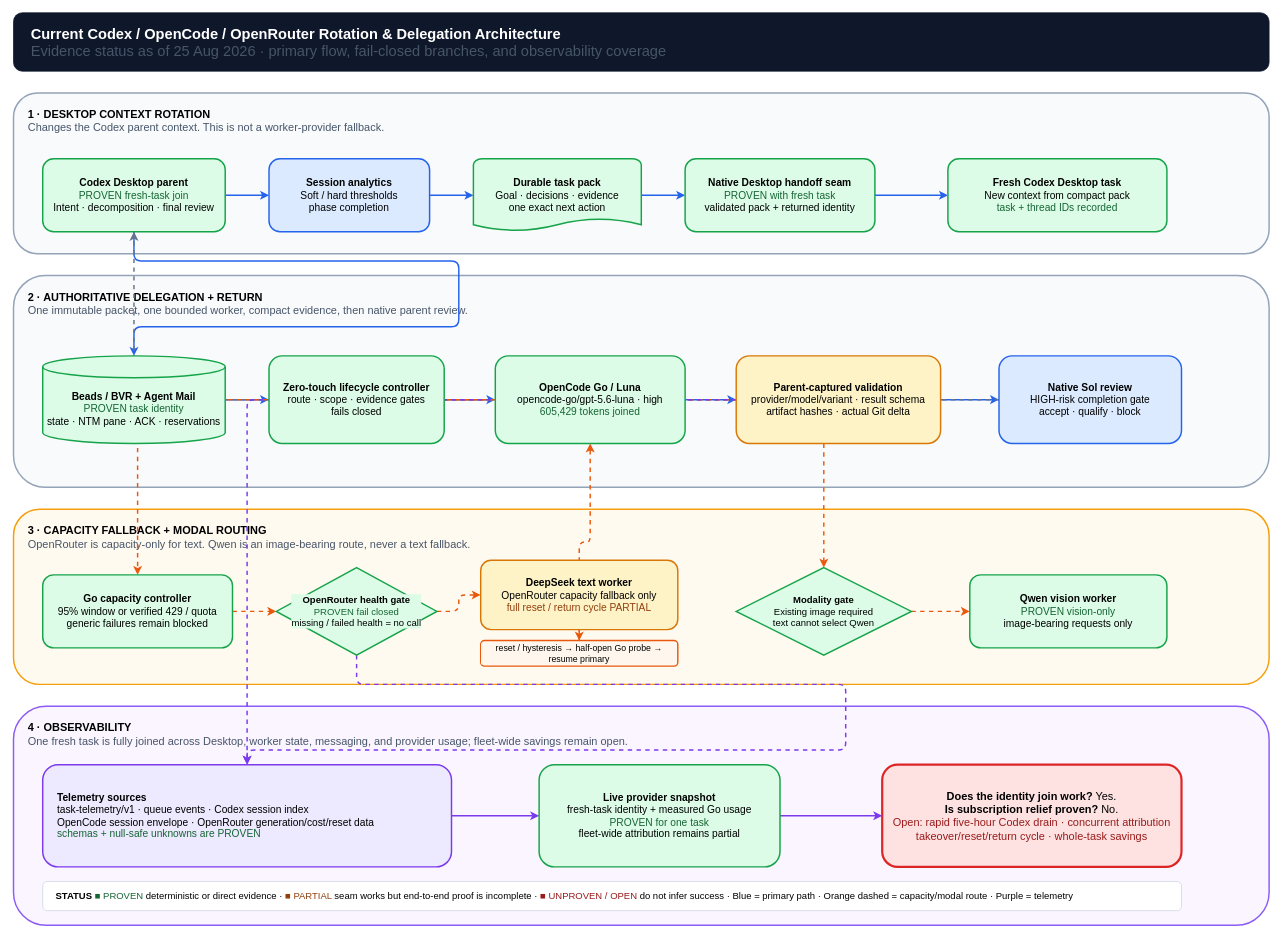
This is public/downloads/codex-rotation-architecture.drawio from Rajeev-SG/rajeevg.com, a draw.io file, before an edit. Source tidied: cells renumbered, new cells numbered last; positions are measured from the earlier drawing's top-left corner, leaving out a move shared by most shapes. Both pictures are drawn from the tidied source at 73%, with x=0, y=0 at pixel (13, 12).
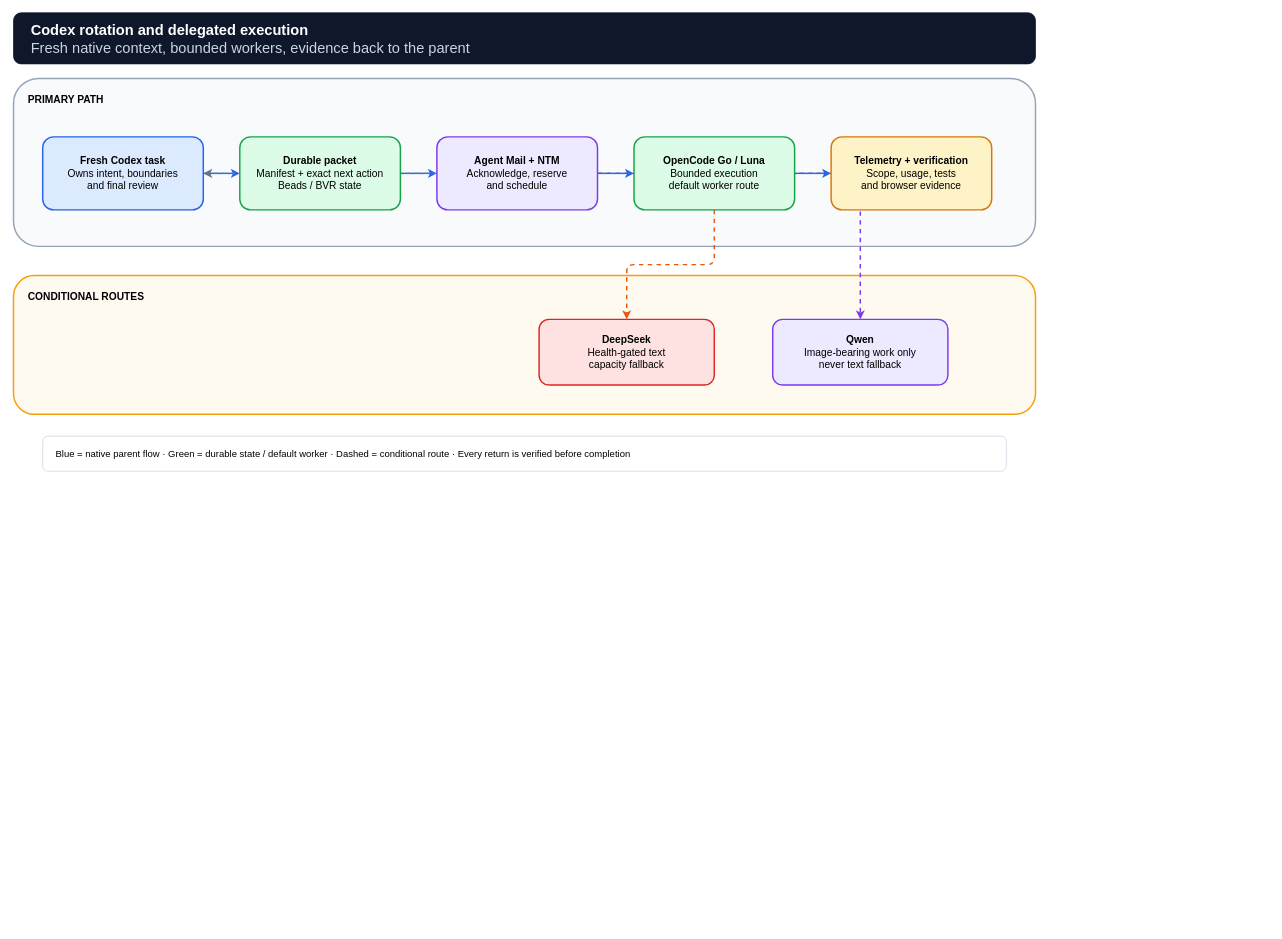
The same page after the edit.

Commit message (it also covers changes not shown here):
restore lifecycle article and diagrams

Change to the diagram source:
```diff
@@
-    <mxCell id="2" value="&lt;b&gt;1 · DESKTOP CONTEXT ROTATION&lt;/b&gt;&lt;br&gt;&lt;font color=&quot;#475569&quot;&gt;Changes the Codex parent context. This is not a worker-provider fallback.&lt;/font&gt;" style="rounded=1;whiteSpace=wrap;html=1;align=left;verticalAlign=top;spacingTop=14;spacingLeft=18;fillColor=#f8fafc;strokeColor=#94a3b8;strokeWidth=2;fontSize=15;labelBackgroundColor=#f8fafc;" parent="1" vertex="1">
-      <mxGeometry y="110" width="1720" height="220" as="geometry" />
-    </mxCell>
-    <mxCell id="3" value="&lt;b&gt;2 · AUTHORITATIVE DELEGATION + RETURN&lt;/b&gt;&lt;br&gt;&lt;font color=&quot;#475569&quot;&gt;One immutable packet, one bounded worker, compact evidence, then native parent review.&lt;/font&gt;" style="rounded=1;whiteSpace=wrap;html=1;align=left;verticalAlign=top;spacingTop=14;spacingLeft=18;fillColor=#f8fafc;strokeColor=#94a3b8;strokeWidth=2;fontSize=15;labelBackgroundColor=#f8fafc;" parent="1" vertex="1">
-      <mxGeometry y="360" width="1720" height="290" as="geometry" />
-    </mxCell>
-    <mxCell id="4" value="&lt;b&gt;3 · CAPACITY FALLBACK + MODAL ROUTING&lt;/b&gt;&lt;br&gt;&lt;font color=&quot;#475569&quot;&gt;OpenRouter is capacity-only for text. Qwen is an image-bearing route, never a text fallback.&lt;/font&gt;" style="rounded=1;whiteSpace=wrap;html=1;align=left;verticalAlign=top;spacingTop=14;spacingLeft=18;fillColor=#fffaf0;strokeColor=#f59e0b;strokeWidth=2;fontSize=15;labelBackgroundColor=#fffaf0;" parent="1" vertex="1">
-      <mxGeometry y="680" width="1720" height="240" as="geometry" />
-    </mxCell>
-    <mxCell id="5" value="&lt;b&gt;4 · OBSERVABILITY&lt;/b&gt;&lt;br&gt;&lt;font color=&quot;#475569&quot;&gt;One fresh task is fully joined across Desktop, worker state, messaging, and provider usage; fleet-wide savings remain open.&lt;/font&gt;" style="rounded=1;whiteSpace=wrap;html=1;align=left;verticalAlign=top;spacingTop=14;spacingLeft=18;fillColor=#faf5ff;strokeColor=#8b5cf6;strokeWidth=2;fontSize=15;labelBackgroundColor=#faf5ff;" parent="1" vertex="1">
-      <mxGeometry y="950" width="1720" height="300" as="geometry" />
-    </mxCell>
+    <mxCell id="48" value="&lt;b&gt;PRIMARY PATH&lt;/b&gt;" style="rounded=1;whiteSpace=wrap;html=1;align=left;verticalAlign=top;spacingTop=14;spacingLeft=18;fillColor=#f8fafc;strokeColor=#94a3b8;strokeWidth=2;fontSize=14;labelBackgroundColor=#f8fafc;" parent="1" vertex="1">
+      <mxGeometry y="90" width="1400" height="230" as="geometry" />
+    </mxCell>
+    <mxCell id="49" value="&lt;b&gt;CONDITIONAL ROUTES&lt;/b&gt;" style="rounded=1;whiteSpace=wrap;html=1;align=left;verticalAlign=top;spacingTop=14;spacingLeft=18;fillColor=#fffaf0;strokeColor=#f59e0b;strokeWidth=2;fontSize=14;labelBackgroundColor=#fffaf0;" parent="1" vertex="1">
+      <mxGeometry y="360" width="1400" height="190" as="geometry" />
+    </mxCell>
-    <mxCell id="6" style="edgeStyle=orthogonalEdgeStyle;rounded=1;html=1;strokeColor=#2563eb;strokeWidth=2;endArrow=classic;endFill=1;" parent="1" edge="1" source="28" target="29">
+    <mxCell id="6" style="edgeStyle=orthogonalEdgeStyle;rounded=1;html=1;strokeColor=#2563eb;strokeWidth=2;endArrow=classic;endFill=1;" parent="1" edge="1" source="50" target="51">
       <mxGeometry relative="1" as="geometry" />
     </mxCell>
-    <mxCell id="7" style="edgeStyle=orthogonalEdgeStyle;rounded=1;html=1;strokeColor=#2563eb;strokeWidth=2;endArrow=classic;endFill=1;" parent="1" edge="1" source="29" target="30">
+    <mxCell id="7" style="edgeStyle=orthogonalEdgeStyle;rounded=1;html=1;strokeColor=#2563eb;strokeWidth=2;endArrow=classic;endFill=1;" parent="1" edge="1" source="51" target="52">
       <mxGeometry relative="1" as="geometry" />
     </mxCell>
-    <mxCell id="8" style="edgeStyle=orthogonalEdgeStyle;rounded=1;html=1;strokeColor=#2563eb;strokeWidth=2;endArrow=classic;endFill=1;" parent="1" edge="1" source="30" target="31">
+    <mxCell id="8" style="edgeStyle=orthogonalEdgeStyle;rounded=1;html=1;strokeColor=#2563eb;strokeWidth=2;endArrow=classic;endFill=1;" parent="1" edge="1" source="52" target="53">
       <mxGeometry relative="1" as="geometry" />
     </mxCell>
-    <mxCell id="9" style="edgeStyle=orthogonalEdgeStyle;rounded=1;html=1;strokeColor=#2563eb;strokeWidth=2;endArrow=classic;endFill=1;" parent="1" edge="1" source="31" target="32">
+    <mxCell id="9" style="edgeStyle=orthogonalEdgeStyle;rounded=1;html=1;strokeColor=#2563eb;strokeWidth=2;endArrow=classic;endFill=1;" parent="1" edge="1" source="53" target="54">
       <mxGeometry relative="1" as="geometry" />
     </mxCell>
-    <mxCell id="10" style="edgeStyle=orthogonalEdgeStyle;rounded=1;html=1;strokeColor=#2563eb;strokeWidth=2;endArrow=classic;endFill=1;" parent="1" edge="1" source="28" target="33">
-      <mxGeometry relative="1" as="geometry">
-        <Array as="points">
-          <mxPoint x="610" y="340" />
-          <mxPoint x="610" y="430" />
-          <mxPoint x="165" y="430" />
-        </Array>
-      </mxGeometry>
+    <mxCell id="10" style="edgeStyle=orthogonalEdgeStyle;rounded=1;html=1;strokeColor=#64748b;strokeWidth=2;dashed=1;endArrow=classic;endFill=1;" parent="1" edge="1" source="54" target="50">
+      <mxGeometry relative="1" as="geometry" />
     </mxCell>
-    <mxCell id="11" style="edgeStyle=orthogonalEdgeStyle;rounded=1;html=1;strokeColor=#2563eb;strokeWidth=2;endArrow=classic;endFill=1;" parent="1" edge="1" source="33" target="34">
+    <mxCell id="11" style="edgeStyle=orthogonalEdgeStyle;rounded=1;html=1;strokeColor=#ea580c;strokeWidth=2;dashed=1;endArrow=classic;endFill=1;" parent="1" edge="1" source="53" target="40">
       <mxGeometry relative="1" as="geometry" />
     </mxCell>
-    <mxCell id="12" style="edgeStyle=orthogonalEdgeStyle;rounded=1;html=1;strokeColor=#2563eb;strokeWidth=2;endArrow=classic;endFill=1;" parent="1" edge="1" source="34" target="35">
+    <mxCell id="12" style="edgeStyle=orthogonalEdgeStyle;rounded=1;html=1;strokeColor=#7c3aed;strokeWidth=2;dashed=1;endArrow=classic;endFill=1;" parent="1" edge="1" source="52" target="43">
       <mxGeometry relative="1" as="geometry" />
     </mxCell>
-    <mxCell id="13" style="edgeStyle=orthogonalEdgeStyle;rounded=1;html=1;strokeColor=#2563eb;strokeWidth=2;endArrow=classic;endFill=1;" parent="1" edge="1" source="35" target="36">
-      <mxGeometry relative="1" as="geometry" />
-    </mxCell>
-    <mxCell id="14" style="edgeStyle=orthogonalEdgeStyle;rounded=1;html=1;strokeColor=#2563eb;strokeWidth=2;endArrow=classic;endFill=1;" parent="1" edge="1" source="36" target="37">
-      <mxGeometry relative="1" as="geometry" />
-    </mxCell>
-    <mxCell id="15" style="edgeStyle=orthogonalEdgeStyle;rounded=1;html=1;strokeColor=#64748b;strokeWidth=2;dashed=1;endArrow=classic;endFill=1;" parent="1" edge="1" source="37" target="28">
-      <mxGeometry relative="1" as="geometry" />
-    </mxCell>
-    <mxCell id="16" style="edgeStyle=orthogonalEdgeStyle;rounded=1;html=1;strokeColor=#ea580c;strokeWidth=2;dashed=1;endArrow=classic;endFill=1;" parent="1" edge="1" source="35" target="38">
-      <mxGeometry relative="1" as="geometry" />
-    </mxCell>
-    <mxCell id="17" style="edgeStyle=orthogonalEdgeStyle;rounded=1;html=1;strokeColor=#ea580c;strokeWidth=2;dashed=1;endArrow=classic;endFill=1;" parent="1" edge="1" source="38" target="39">
-      <mxGeometry relative="1" as="geometry" />
-    </mxCell>
-    <mxCell id="18" style="edgeStyle=orthogonalEdgeStyle;rounded=1;html=1;strokeColor=#ea580c;strokeWidth=2;dashed=1;endArrow=classic;endFill=1;" parent="1" edge="1" source="39" target="40">
-      <mxGeometry relative="1" as="geometry" />
-    </mxCell>
-    <mxCell id="19" style="edgeStyle=orthogonalEdgeStyle;rounded=1;html=1;strokeColor=#ea580c;strokeWidth=2;dashed=1;endArrow=classic;endFill=1;" parent="1" edge="1" source="40" target="41">
-      <mxGeometry relative="1" as="geometry" />
-    </mxCell>
-    <mxCell id="20" style="edgeStyle=orthogonalEdgeStyle;rounded=1;html=1;strokeColor=#ea580c;strokeWidth=2;dashed=1;endArrow=classic;endFill=1;" parent="1" edge="1" source="41" target="35">
-      <mxGeometry relative="1" as="geometry" />
-    </mxCell>
-    <mxCell id="21" style="edgeStyle=orthogonalEdgeStyle;rounded=1;html=1;strokeColor=#ea580c;strokeWidth=2;dashed=1;endArrow=classic;endFill=1;" parent="1" edge="1" source="34" target="42">
-      <mxGeometry relative="1" as="geometry" />
-    </mxCell>
-    <mxCell id="22" style="edgeStyle=orthogonalEdgeStyle;rounded=1;html=1;strokeColor=#ea580c;strokeWidth=2;dashed=1;endArrow=classic;endFill=1;" parent="1" edge="1" source="42" target="43">
-      <mxGeometry relative="1" as="geometry" />
-    </mxCell>
-    <mxCell id="23" style="edgeStyle=orthogonalEdgeStyle;rounded=1;html=1;strokeColor=#7c3aed;strokeWidth=2;dashed=1;endArrow=classic;endFill=1;" parent="1" edge="1" source="36" target="44">
-      <mxGeometry relative="1" as="geometry" />
-    </mxCell>
-    <mxCell id="24" style="edgeStyle=orthogonalEdgeStyle;rounded=1;html=1;strokeColor=#7c3aed;strokeWidth=2;dashed=1;endArrow=classic;endFill=1;" parent="1" edge="1" source="39" target="44">
-      <mxGeometry relative="1" as="geometry">
-        <Array as="points">
-          <mxPoint x="1140" y="920" />
-          <mxPoint x="1140" y="1010" />
-          <mxPoint x="320" y="1010" />
-        </Array>
-      </mxGeometry>
-    </mxCell>
-    <mxCell id="25" style="edgeStyle=orthogonalEdgeStyle;rounded=1;html=1;strokeColor=#7c3aed;strokeWidth=2;endArrow=classic;endFill=1;" parent="1" edge="1" source="44" target="45">
-      <mxGeometry relative="1" as="geometry" />
-    </mxCell>
-    <mxCell id="26" style="edgeStyle=orthogonalEdgeStyle;rounded=1;html=1;strokeColor=#7c3aed;strokeWidth=2;endArrow=classic;endFill=1;" parent="1" edge="1" source="45" target="46">
-      <mxGeometry relative="1" as="geometry" />
-    </mxCell>
-    <mxCell id="27" value="&lt;b&gt;Current Codex / OpenCode / OpenRouter Rotation &amp;amp; Delegation Architecture&lt;/b&gt;&lt;br&gt;&lt;font color=&quot;#475569&quot;&gt;Evidence status as of 25 Aug 2026 · primary flow, fail-closed branches, and observability coverage&lt;/font&gt;" style="rounded=1;whiteSpace=wrap;html=1;align=left;verticalAlign=middle;spacingLeft=22;fillColor=#0f172a;strokeColor=#0f172a;fontColor=#ffffff;fontSize=20;labelBackgroundColor=#0f172a;" parent="1" vertex="1">
-      <mxGeometry width="1720" height="80" as="geometry" />
+    <mxCell id="27" value="&lt;b&gt;Codex rotation and delegated execution&lt;/b&gt;&lt;br&gt;&lt;font color=&quot;#cbd5e1&quot;&gt;Fresh native context, bounded workers, evidence back to the parent&lt;/font&gt;" style="rounded=1;whiteSpace=wrap;html=1;align=left;spacingLeft=22;fillColor=#0f172a;strokeColor=#0f172a;fontColor=#ffffff;fontSize=20;labelBackgroundColor=#0f172a;" parent="1" vertex="1">
+      <mxGeometry width="1400" height="70" as="geometry" />
     </mxCell>
-    <mxCell id="28" value="&lt;b&gt;Codex Desktop parent&lt;/b&gt;&lt;br&gt;&lt;font color=&quot;#166534&quot;&gt;PROVEN fresh-task join&lt;/font&gt;&lt;br&gt;Intent · decomposition · final review" style="rounded=1;whiteSpace=wrap;html=1;fillColor=#dcfce7;strokeColor=#16a34a;strokeWidth=2;fontSize=14;labelBackgroundColor=#dcfce7;" parent="1" vertex="1">
-      <mxGeometry x="40" y="200" width="250" height="100" as="geometry" />
-    </mxCell>
-    <mxCell id="29" value="&lt;b&gt;Session analytics&lt;/b&gt;&lt;br&gt;Soft / hard thresholds&lt;br&gt;phase completion" style="rounded=1;whiteSpace=wrap;html=1;fillColor=#dbeafe;strokeColor=#2563eb;strokeWidth=2;fontSize=14;labelBackgroundColor=#dbeafe;" parent="1" vertex="1">
-      <mxGeometry x="350" y="200" width="220" height="100" as="geometry" />
-    </mxCell>
-    <mxCell id="30" value="&lt;b&gt;Durable task pack&lt;/b&gt;&lt;br&gt;Goal · decisions · evidence&lt;br&gt;one exact next action" style="shape=mxgraph.flowchart.document;whiteSpace=wrap;html=1;fillColor=#dcfce7;strokeColor=#16a34a;strokeWidth=2;fontSize=14;labelBackgroundColor=#dcfce7;" parent="1" vertex="1">
-      <mxGeometry x="630" y="200" width="230" height="100" as="geometry" />
-    </mxCell>
-    <mxCell id="31" value="&lt;b&gt;Native Desktop handoff seam&lt;/b&gt;&lt;br&gt;&lt;font color=&quot;#166534&quot;&gt;PROVEN with fresh task&lt;/font&gt;&lt;br&gt;validated pack + returned identity" style="rounded=1;whiteSpace=wrap;html=1;fillColor=#dcfce7;strokeColor=#16a34a;strokeWidth=2;fontSize=14;labelBackgroundColor=#dcfce7;" parent="1" vertex="1">
-      <mxGeometry x="920" y="200" width="260" height="100" as="geometry" />
-    </mxCell>
-    <mxCell id="32" value="&lt;b&gt;Fresh Codex Desktop task&lt;/b&gt;&lt;br&gt;New context from compact pack&lt;br&gt;&lt;font color=&quot;#166534&quot;&gt;task + thread IDs recorded&lt;/font&gt;" style="rounded=1;whiteSpace=wrap;html=1;fillColor=#dcfce7;strokeColor=#16a34a;strokeWidth=2;fontSize=14;labelBackgroundColor=#dcfce7;" parent="1" vertex="1">
-      <mxGeometry x="1280" y="200" width="300" height="100" as="geometry" />
-    </mxCell>
-    <mxCell id="33" value="&lt;b&gt;Beads / BVR + Agent Mail&lt;/b&gt;&lt;br&gt;&lt;font color=&quot;#166534&quot;&gt;PROVEN task identity&lt;/font&gt;&lt;br&gt;state · NTM pane · ACK · reservations" style="shape=cylinder3;whiteSpace=wrap;html=1;boundedLbl=1;backgroundOutline=1;fillColor=#dcfce7;strokeColor=#16a34a;strokeWidth=2;fontSize=14;labelBackgroundColor=#dcfce7;" parent="1" vertex="1">
-      <mxGeometry x="40" y="470" width="250" height="120" as="geometry" />
-    </mxCell>
-    <mxCell id="34" value="&lt;b&gt;Zero-touch lifecycle controller&lt;/b&gt;&lt;br&gt;route · scope · evidence gates&lt;br&gt;fails closed" style="rounded=1;whiteSpace=wrap;html=1;fillColor=#dcfce7;strokeColor=#16a34a;strokeWidth=2;fontSize=14;labelBackgroundColor=#dcfce7;" parent="1" vertex="1">
-      <mxGeometry x="350" y="470" width="240" height="120" as="geometry" />
-    </mxCell>
-    <mxCell id="35" value="&lt;b&gt;OpenCode Go / Luna&lt;/b&gt;&lt;br&gt;opencode-go/gpt-5.6-luna · high&lt;br&gt;&lt;font color=&quot;#166534&quot;&gt;605,429 tokens joined&lt;/font&gt;" style="rounded=1;whiteSpace=wrap;html=1;fillColor=#dcfce7;strokeColor=#16a34a;strokeWidth=2;fontSize=14;labelBackgroundColor=#dcfce7;" parent="1" vertex="1">
-      <mxGeometry x="660" y="470" width="260" height="120" as="geometry" />
-    </mxCell>
-    <mxCell id="36" value="&lt;b&gt;Parent-captured validation&lt;/b&gt;&lt;br&gt;provider/model/variant · result schema&lt;br&gt;artifact hashes · actual Git delta" style="rounded=1;whiteSpace=wrap;html=1;fillColor=#fef3c7;strokeColor=#d97706;strokeWidth=2;fontSize=14;labelBackgroundColor=#fef3c7;" parent="1" vertex="1">
-      <mxGeometry x="990" y="470" width="280" height="120" as="geometry" />
-    </mxCell>
-    <mxCell id="37" value="&lt;b&gt;Native Sol review&lt;/b&gt;&lt;br&gt;HIGH-risk completion gate&lt;br&gt;accept · qualify · block" style="rounded=1;whiteSpace=wrap;html=1;fillColor=#dbeafe;strokeColor=#2563eb;strokeWidth=2;fontSize=14;labelBackgroundColor=#dbeafe;" parent="1" vertex="1">
-      <mxGeometry x="1350" y="470" width="250" height="120" as="geometry" />
-    </mxCell>
-    <mxCell id="38" value="&lt;b&gt;Go capacity controller&lt;/b&gt;&lt;br&gt;95% window or verified 429 / quota&lt;br&gt;generic failures remain blocked" style="rounded=1;whiteSpace=wrap;html=1;fillColor=#dcfce7;strokeColor=#16a34a;strokeWidth=2;fontSize=14;labelBackgroundColor=#dcfce7;" parent="1" vertex="1">
-      <mxGeometry x="40" y="770" width="260" height="100" as="geometry" />
-    </mxCell>
-    <mxCell id="39" value="&lt;b&gt;OpenRouter health gate&lt;/b&gt;&lt;br&gt;&lt;font color=&quot;#166534&quot;&gt;PROVEN fail closed&lt;/font&gt;&lt;br&gt;missing / failed health = no call" style="rhombus;whiteSpace=wrap;html=1;fillColor=#dcfce7;strokeColor=#16a34a;strokeWidth=2;fontSize=13;labelBackgroundColor=#dcfce7;" parent="1" vertex="1">
-      <mxGeometry x="360" y="760" width="220" height="120" as="geometry" />
-    </mxCell>
+    <mxCell id="50" value="&lt;b&gt;Fresh Codex task&lt;/b&gt;&lt;br&gt;Owns intent, boundaries&lt;br&gt;and final review" style="rounded=1;whiteSpace=wrap;html=1;fillColor=#dbeafe;strokeColor=#2563eb;strokeWidth=2;fontSize=14;labelBackgroundColor=#dbeafe;" parent="1" vertex="1">
+      <mxGeometry x="40" y="170" width="220" height="100" as="geometry" />
+    </mxCell>
+    <mxCell id="51" value="&lt;b&gt;Durable packet&lt;/b&gt;&lt;br&gt;Manifest + exact next action&lt;br&gt;Beads / BVR state" style="rounded=1;whiteSpace=wrap;html=1;fillColor=#dcfce7;strokeColor=#16a34a;strokeWidth=2;fontSize=14;labelBackgroundColor=#dcfce7;" parent="1" vertex="1">
+      <mxGeometry x="310" y="170" width="220" height="100" as="geometry" />
+    </mxCell>
+    <mxCell id="52" value="&lt;b&gt;Agent Mail + NTM&lt;/b&gt;&lt;br&gt;Acknowledge, reserve&lt;br&gt;and schedule" style="rounded=1;whiteSpace=wrap;html=1;fillColor=#ede9fe;strokeColor=#7c3aed;strokeWidth=2;fontSize=14;labelBackgroundColor=#ede9fe;" parent="1" vertex="1">
+      <mxGeometry x="580" y="170" width="220" height="100" as="geometry" />
+    </mxCell>
+    <mxCell id="53" value="&lt;b&gt;OpenCode Go / Luna&lt;/b&gt;&lt;br&gt;Bounded execution&lt;br&gt;default worker route" style="rounded=1;whiteSpace=wrap;html=1;fillColor=#dcfce7;strokeColor=#16a34a;strokeWidth=2;fontSize=14;labelBackgroundColor=#dcfce7;" parent="1" vertex="1">
+      <mxGeometry x="850" y="170" width="220" height="100" as="geometry" />
+    </mxCell>
+    <mxCell id="54" value="&lt;b&gt;Telemetry + verification&lt;/b&gt;&lt;br&gt;Scope, usage, tests&lt;br&gt;and browser evidence" style="rounded=1;whiteSpace=wrap;html=1;fillColor=#fef3c7;strokeColor=#d97706;strokeWidth=2;fontSize=14;labelBackgroundColor=#fef3c7;" parent="1" vertex="1">
+      <mxGeometry x="1120" y="170" width="220" height="100" as="geometry" />
+    </mxCell>
-    <mxCell id="40" value="&lt;b&gt;DeepSeek text worker&lt;/b&gt;&lt;br&gt;OpenRouter capacity fallback only&lt;br&gt;&lt;font color=&quot;#92400e&quot;&gt;full reset / return cycle PARTIAL&lt;/font&gt;" style="rounded=1;whiteSpace=wrap;html=1;fillColor=#fef3c7;strokeColor=#d97706;strokeWidth=2;fontSize=14;labelBackgroundColor=#fef3c7;" parent="1" vertex="1">
-      <mxGeometry x="640" y="750" width="270" height="95" as="geometry" />
+    <mxCell id="40" value="&lt;b&gt;DeepSeek&lt;/b&gt;&lt;br&gt;Health-gated text&lt;br&gt;capacity fallback" style="rounded=1;whiteSpace=wrap;html=1;fillColor=#fee2e2;strokeColor=#dc2626;strokeWidth=2;fontSize=14;labelBackgroundColor=#fee2e2;" parent="1" vertex="1">
+      <mxGeometry x="720" y="420" width="240" height="90" as="geometry" />
     </mxCell>
-    <mxCell id="41" value="reset / hysteresis → half-open Go probe → resume primary" style="rounded=1;whiteSpace=wrap;html=1;fillColor=#fff7ed;strokeColor=#ea580c;strokeWidth=2;fontSize=12;labelBackgroundColor=#fff7ed;" parent="1" vertex="1">
-      <mxGeometry x="640" y="860" width="270" height="35" as="geometry" />
-    </mxCell>
-    <mxCell id="42" value="&lt;b&gt;Modality gate&lt;/b&gt;&lt;br&gt;Existing image required&lt;br&gt;text cannot select Qwen" style="rhombus;whiteSpace=wrap;html=1;fillColor=#dcfce7;strokeColor=#16a34a;strokeWidth=2;fontSize=13;labelBackgroundColor=#dcfce7;" parent="1" vertex="1">
-      <mxGeometry x="990" y="760" width="240" height="120" as="geometry" />
-    </mxCell>
-    <mxCell id="43" value="&lt;b&gt;Qwen vision worker&lt;/b&gt;&lt;br&gt;&lt;font color=&quot;#166534&quot;&gt;PROVEN vision-only&lt;/font&gt;&lt;br&gt;image-bearing requests only" style="rounded=1;whiteSpace=wrap;html=1;fillColor=#dcfce7;strokeColor=#16a34a;strokeWidth=2;fontSize=14;labelBackgroundColor=#dcfce7;" parent="1" vertex="1">
-      <mxGeometry x="1310" y="770" width="270" height="100" as="geometry" />
+    <mxCell id="43" value="&lt;b&gt;Qwen&lt;/b&gt;&lt;br&gt;Image-bearing work only&lt;br&gt;never text fallback" style="rounded=1;whiteSpace=wrap;html=1;fillColor=#ede9fe;strokeColor=#7c3aed;strokeWidth=2;fontSize=14;labelBackgroundColor=#ede9fe;" parent="1" vertex="1">
+      <mxGeometry x="1040" y="420" width="240" height="90" as="geometry" />
     </mxCell>
-    <mxCell id="44" value="&lt;b&gt;Telemetry sources&lt;/b&gt;&lt;br&gt;task-telemetry/v1 · queue events · Codex session index&lt;br&gt;OpenCode session envelope · OpenRouter generation/cost/reset data&lt;br&gt;&lt;font color=&quot;#166534&quot;&gt;schemas + null-safe unknowns are PROVEN&lt;/font&gt;" style="rounded=1;whiteSpace=wrap;html=1;align=left;spacingLeft=18;fillColor=#ede9fe;strokeColor=#7c3aed;strokeWidth=2;fontSize=14;labelBackgroundColor=#ede9fe;" parent="1" vertex="1">
-      <mxGeometry x="40" y="1030" width="560" height="140" as="geometry" />
-    </mxCell>
-    <mxCell id="45" value="&lt;b&gt;Live provider snapshot&lt;/b&gt;&lt;br&gt;fresh-task identity + measured Go usage&lt;br&gt;&lt;font color=&quot;#166534&quot;&gt;PROVEN for one task&lt;/font&gt;&lt;br&gt;fleet-wide attribution remains partial" style="rounded=1;whiteSpace=wrap;html=1;fillColor=#dcfce7;strokeColor=#16a34a;strokeWidth=2;fontSize=14;labelBackgroundColor=#dcfce7;" parent="1" vertex="1">
-      <mxGeometry x="720" y="1030" width="330" height="140" as="geometry" />
-    </mxCell>
-    <mxCell id="46" value="&lt;b&gt;Does the identity join work?&lt;/b&gt; Yes.&lt;br&gt;&lt;b&gt;Is subscription relief proven?&lt;/b&gt; No.&lt;br&gt;&lt;font color=&quot;#991b1b&quot;&gt;Open: rapid five-hour Codex drain · concurrent attribution&lt;br&gt;takeover/reset/return cycle · whole-task savings&lt;/font&gt;" style="rounded=1;whiteSpace=wrap;html=1;fillColor=#fee2e2;strokeColor=#dc2626;strokeWidth=3;fontSize=15;labelBackgroundColor=#fee2e2;" parent="1" vertex="1">
-      <mxGeometry x="1190" y="1030" width="410" height="140" as="geometry" />
-    </mxCell>
-    <mxCell id="47" value="&lt;b&gt;STATUS&lt;/b&gt;  &lt;font color=&quot;#166534&quot;&gt;■ PROVEN&lt;/font&gt;  deterministic or direct evidence   ·   &lt;font color=&quot;#92400e&quot;&gt;■ PARTIAL&lt;/font&gt;  seam works but end-to-end proof is incomplete   ·   &lt;font color=&quot;#991b1b&quot;&gt;■ UNPROVEN / OPEN&lt;/font&gt;  do not infer success   ·   Blue = primary path   ·   Orange dashed = capacity/modal route   ·   Purple = telemetry" style="rounded=1;whiteSpace=wrap;html=1;align=left;spacingLeft=16;fillColor=#ffffff;strokeColor=#cbd5e1;fontSize=13;labelBackgroundColor=#ffffff;" parent="1" vertex="1">
-      <mxGeometry x="40" y="1190" width="1560" height="40" as="geometry" />
+    <mxCell id="47" value="Blue = native parent flow   ·   Green = durable state / default worker   ·   Dashed = conditional route   ·   Every return is verified before completion" style="rounded=1;whiteSpace=wrap;html=1;align=left;spacingLeft=16;fillColor=#ffffff;strokeColor=#cbd5e1;fontSize=13;labelBackgroundColor=#ffffff;" parent="1" vertex="1">
+      <mxGeometry x="40" y="580" width="1320" height="48" as="geometry" />
     </mxCell>
```
